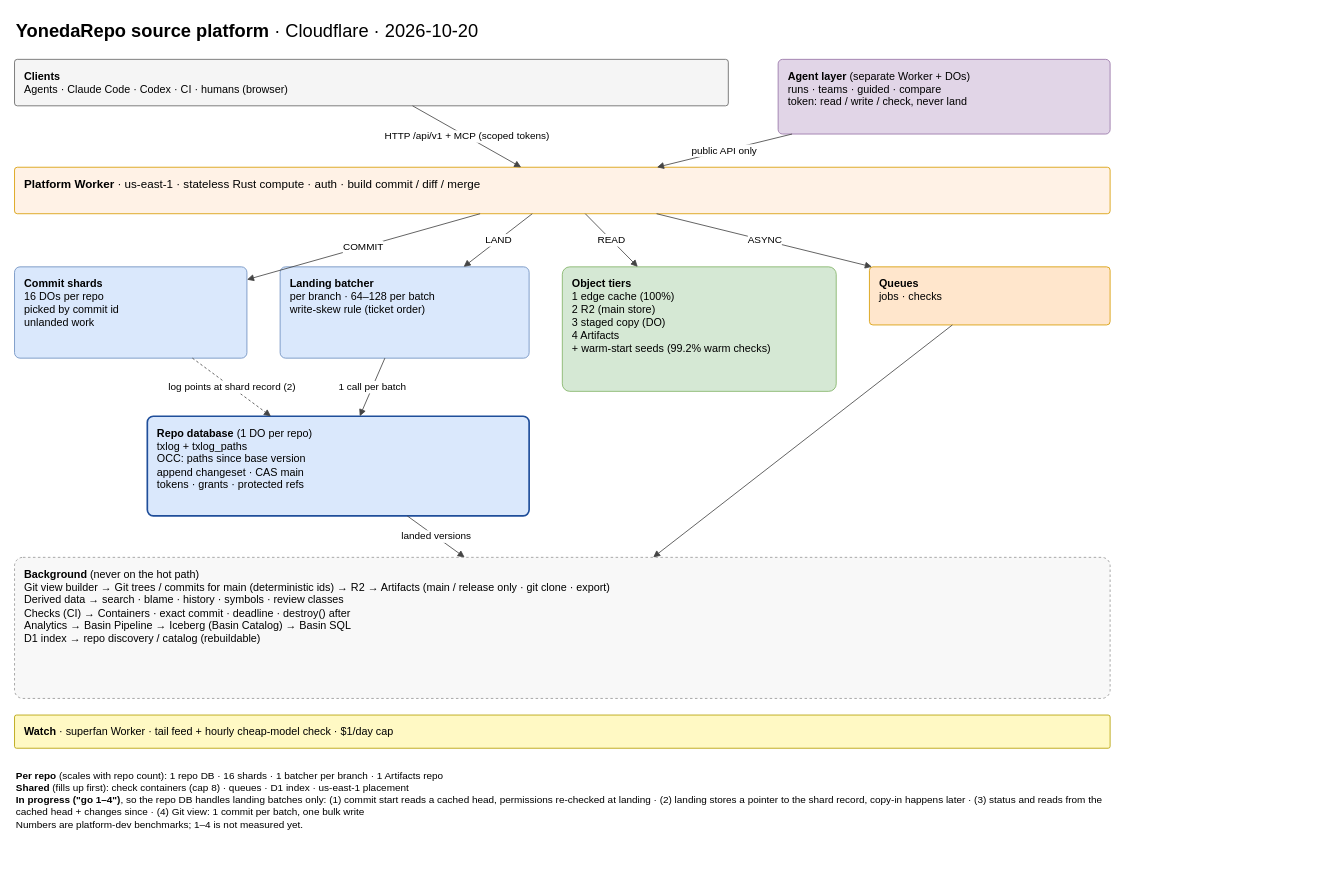
The draw.io diagram docs/platform-architecture.drawio in YonedaAI/yonedarepo, before the edit. Source tidied: cells renumbered, new cells numbered last; positions are measured from the earlier drawing's top-left corner, leaving out a move shared by most shapes. Both pictures are drawn from the tidied source at 83%, with x=0, y=0 at pixel (14, 14).
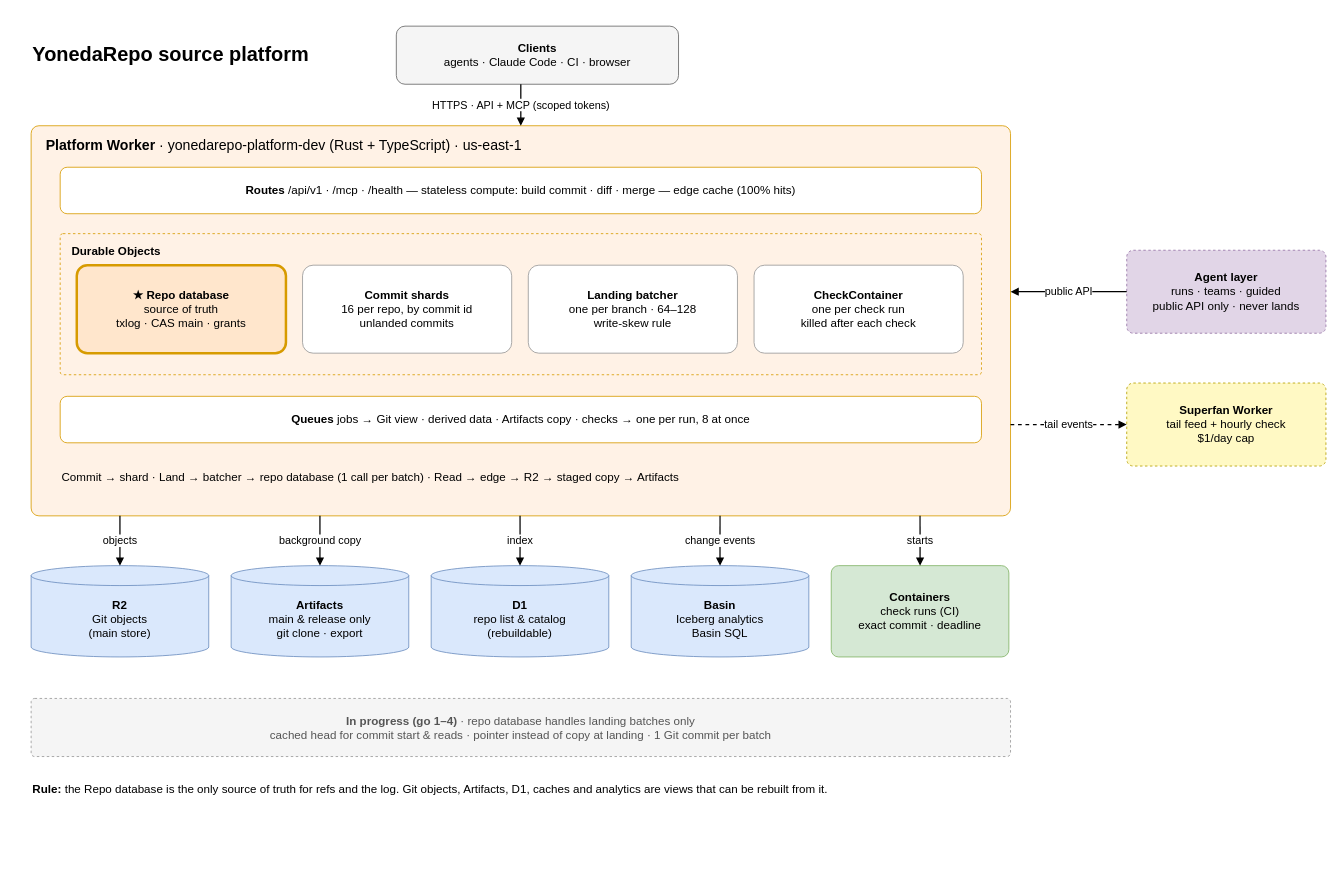
After the change.

Commit message:
Restyle platform architecture diagram to match the Cloudflare architecture diagram

Diff of the diagram source:
```diff
@@
-    <mxCell id="2" value="&lt;b&gt;YonedaRepo source platform&lt;/b&gt; · Cloudflare · 2026-10-20" style="text;html=1;fontSize=22;align=left;verticalAlign=middle;" parent="1" vertex="1">
-      <mxGeometry width="900" height="40" as="geometry" />
+    <mxCell id="2" value="YonedaRepo source platform" style="text;html=1;fontSize=24;align=left;verticalAlign=middle;fontStyle=1;" parent="1" vertex="1">
+      <mxGeometry x="20" y="24" width="560" height="50" as="geometry" />
     </mxCell>
-    <mxCell id="3" value="&lt;b&gt;Clients&lt;/b&gt;&lt;br&gt;Agents · Claude Code · Codex · CI · humans (browser)" style="rounded=1;whiteSpace=wrap;html=1;fontSize=13;arcSize=6;align=left;verticalAlign=top;spacingLeft=10;spacingTop=6;fillColor=#f5f5f5;strokeColor=#666666;" parent="1" vertex="1">
-      <mxGeometry y="54" width="860" height="56" as="geometry" />
+    <mxCell id="3" value="&lt;b&gt;Clients&lt;/b&gt;&lt;br&gt;agents · Claude Code · CI · browser" style="rounded=1;whiteSpace=wrap;html=1;fontSize=14;align=center;verticalAlign=middle;fillColor=#f5f5f5;strokeColor=#666666;" parent="1" vertex="1">
+      <mxGeometry x="460" y="14" width="340" height="70" as="geometry" />
     </mxCell>
-    <mxCell id="4" value="&lt;b&gt;Agent layer&lt;/b&gt; (separate Worker + DOs)&lt;br&gt;runs · teams · guided · compare&lt;br&gt;token: read / write / check, never land" style="rounded=1;whiteSpace=wrap;html=1;fontSize=13;arcSize=6;align=left;verticalAlign=top;spacingLeft=10;spacingTop=6;fillColor=#e1d5e7;strokeColor=#9673a6;" parent="1" vertex="1">
-      <mxGeometry x="920" y="54" width="400" height="90" as="geometry" />
-    </mxCell>
-    <mxCell id="5" value="&lt;b&gt;Platform Worker&lt;/b&gt; · us-east-1 · stateless Rust compute · auth · build commit / diff / merge" style="rounded=1;whiteSpace=wrap;html=1;fontSize=13;arcSize=6;align=left;verticalAlign=top;spacingLeft=10;spacingTop=6;fillColor=#fff2e6;strokeColor=#d79b00;fontSize=14;" parent="1" vertex="1">
-      <mxGeometry y="184" width="1320" height="56" as="geometry" />
+    <mxCell id="5" value="&lt;b&gt;Platform Worker&lt;/b&gt; · yonedarepo-platform-dev (Rust + TypeScript) · us-east-1" style="rounded=1;whiteSpace=wrap;html=1;fillColor=#fff2e6;strokeColor=#d79b00;verticalAlign=top;align=left;spacingLeft=16;spacingTop=8;fontSize=17;arcSize=2;" parent="1" vertex="1">
+      <mxGeometry x="20" y="134" width="1180" height="470" as="geometry" />
     </mxCell>
+    <mxCell id="24" value="&lt;b&gt;Routes&lt;/b&gt; /api/v1 · /mcp · /health — stateless compute: build commit · diff · merge — edge cache (100% hits)" style="rounded=1;whiteSpace=wrap;html=1;fontSize=14;align=center;verticalAlign=middle;fillColor=#ffffff;strokeColor=#d79b00;" parent="1" vertex="1">
+      <mxGeometry x="55" y="184" width="1110" height="56" as="geometry" />
+    </mxCell>
+    <mxCell id="25" value="Durable Objects" style="rounded=1;whiteSpace=wrap;html=1;fillColor=none;strokeColor=#d79b00;dashed=1;verticalAlign=top;align=left;spacingLeft=12;spacingTop=6;fontSize=14;fontStyle=1;arcSize=2;" parent="1" vertex="1">
+      <mxGeometry x="55" y="264" width="1110" height="170" as="geometry" />
+    </mxCell>
+    <mxCell id="10" value="&lt;b&gt;★ Repo database&lt;/b&gt;&lt;br&gt;source of truth&lt;br&gt;txlog · CAS main · grants" style="rounded=1;whiteSpace=wrap;html=1;fontSize=14;align=center;verticalAlign=middle;fillColor=#ffe6cc;strokeColor=#d79b00;strokeWidth=3;arcSize=12;" parent="1" vertex="1">
+      <mxGeometry x="75" y="302" width="252" height="106" as="geometry" />
+    </mxCell>
-    <mxCell id="6" value="&lt;b&gt;Commit shards&lt;/b&gt;&lt;br&gt;16 DOs per repo&lt;br&gt;picked by commit id&lt;br&gt;unlanded work" style="rounded=1;whiteSpace=wrap;html=1;fontSize=13;arcSize=6;align=left;verticalAlign=top;spacingLeft=10;spacingTop=6;fillColor=#dae8fc;strokeColor=#6c8ebf;" parent="1" vertex="1">
-      <mxGeometry y="304" width="280" height="110" as="geometry" />
+    <mxCell id="6" value="&lt;b&gt;Commit shards&lt;/b&gt;&lt;br&gt;16 per repo, by commit id&lt;br&gt;unlanded commits" style="rounded=1;whiteSpace=wrap;html=1;fontSize=14;align=center;verticalAlign=middle;fillColor=#ffffff;strokeColor=#999999;arcSize=12;" parent="1" vertex="1">
+      <mxGeometry x="347" y="302" width="252" height="106" as="geometry" />
     </mxCell>
-    <mxCell id="7" value="&lt;b&gt;Landing batcher&lt;/b&gt;&lt;br&gt;per branch · 64–128 per batch&lt;br&gt;write-skew rule (ticket order)" style="rounded=1;whiteSpace=wrap;html=1;fontSize=13;arcSize=6;align=left;verticalAlign=top;spacingLeft=10;spacingTop=6;fillColor=#dae8fc;strokeColor=#6c8ebf;" parent="1" vertex="1">
-      <mxGeometry x="320" y="304" width="300" height="110" as="geometry" />
+    <mxCell id="7" value="&lt;b&gt;Landing batcher&lt;/b&gt;&lt;br&gt;one per branch · 64–128&lt;br&gt;write-skew rule" style="rounded=1;whiteSpace=wrap;html=1;fontSize=14;align=center;verticalAlign=middle;fillColor=#ffffff;strokeColor=#999999;arcSize=12;" parent="1" vertex="1">
+      <mxGeometry x="619" y="302" width="252" height="106" as="geometry" />
     </mxCell>
-    <mxCell id="8" value="&lt;b&gt;Object tiers&lt;/b&gt;&lt;br&gt;1 edge cache (100%)&lt;br&gt;2 R2 (main store)&lt;br&gt;3 staged copy (DO)&lt;br&gt;4 Artifacts&lt;br&gt;+ warm-start seeds (99.2% warm checks)" style="rounded=1;whiteSpace=wrap;html=1;fontSize=13;arcSize=6;align=left;verticalAlign=top;spacingLeft=10;spacingTop=6;fillColor=#d5e8d4;strokeColor=#82b366;" parent="1" vertex="1">
-      <mxGeometry x="660" y="304" width="330" height="150" as="geometry" />
-    </mxCell>
+    <mxCell id="26" value="&lt;b&gt;CheckContainer&lt;/b&gt;&lt;br&gt;one per check run&lt;br&gt;killed after each check" style="rounded=1;whiteSpace=wrap;html=1;fontSize=14;align=center;verticalAlign=middle;fillColor=#ffffff;strokeColor=#999999;arcSize=12;" parent="1" vertex="1">
+      <mxGeometry x="891" y="302" width="252" height="106" as="geometry" />
+    </mxCell>
-    <mxCell id="9" value="&lt;b&gt;Queues&lt;/b&gt;&lt;br&gt;jobs · checks" style="rounded=1;whiteSpace=wrap;html=1;fontSize=13;arcSize=6;align=left;verticalAlign=top;spacingLeft=10;spacingTop=6;fillColor=#ffe6cc;strokeColor=#d79b00;" parent="1" vertex="1">
-      <mxGeometry x="1030" y="304" width="290" height="70" as="geometry" />
+    <mxCell id="9" value="&lt;b&gt;Queues&lt;/b&gt;  jobs → Git view · derived data · Artifacts copy  ·  checks → one per run, 8 at once" style="rounded=1;whiteSpace=wrap;html=1;fontSize=14;align=center;verticalAlign=middle;fillColor=#ffffff;strokeColor=#d79b00;" parent="1" vertex="1">
+      <mxGeometry x="55" y="460" width="1110" height="56" as="geometry" />
     </mxCell>
-    <mxCell id="10" value="&lt;b&gt;Repo database&lt;/b&gt; (1 DO per repo)&lt;br&gt;txlog + txlog_paths&lt;br&gt;OCC: paths since base version&lt;br&gt;append changeset · CAS main&lt;br&gt;tokens · grants · protected refs" style="rounded=1;whiteSpace=wrap;html=1;fontSize=13;arcSize=6;align=left;verticalAlign=top;spacingLeft=10;spacingTop=6;fillColor=#dae8fc;strokeColor=#1f4e9a;strokeWidth=2;" parent="1" vertex="1">
-      <mxGeometry x="160" y="484" width="460" height="120" as="geometry" />
-    </mxCell>
-    <mxCell id="11" value="&lt;b&gt;Background&lt;/b&gt; (never on the hot path)&lt;br&gt;Git view builder → Git trees / commits for main (deterministic ids) → R2 → Artifacts (main / release only · git clone · export)&lt;br&gt;Derived data → search · blame · history · symbols · review classes&lt;br&gt;Checks (CI) → Containers · exact commit · deadline · destroy() after&lt;br&gt;Analytics → Basin Pipeline → Iceberg (Basin Catalog) → Basin SQL&lt;br&gt;D1 index → repo discovery / catalog (rebuildable)" style="rounded=1;whiteSpace=wrap;html=1;fontSize=13;arcSize=6;align=left;verticalAlign=top;spacingLeft=10;spacingTop=6;fillColor=#f8f8f8;strokeColor=#999999;dashed=1;" parent="1" vertex="1">
-      <mxGeometry y="654" width="1320" height="170" as="geometry" />
-    </mxCell>
-    <mxCell id="12" value="&lt;b&gt;Watch&lt;/b&gt; · superfan Worker · tail feed + hourly cheap-model check · $1/day cap" style="rounded=1;whiteSpace=wrap;html=1;fontSize=13;arcSize=6;align=left;verticalAlign=top;spacingLeft=10;spacingTop=6;fillColor=#fff9c4;strokeColor=#b59f00;" parent="1" vertex="1">
-      <mxGeometry y="844" width="1320" height="40" as="geometry" />
-    </mxCell>
-    <mxCell id="13" value="&lt;b&gt;Per repo&lt;/b&gt; (scales with repo count): 1 repo DB · 16 shards · 1 batcher per branch · 1 Artifacts repo&lt;br&gt;&lt;b&gt;Shared&lt;/b&gt; (fills up first): check containers (cap 8) · queues · D1 index · us-east-1 placement&lt;br&gt;&lt;b&gt;In progress (&quot;go 1–4&quot;)&lt;/b&gt;, so the repo DB handles landing batches only: (1) commit start reads a cached head, permissions re-checked at landing · (2) landing stores a pointer to the shard record, copy-in happens later · (3) status and reads from the cached head + changes since · (4) Git view: 1 commit per batch, one bulk write&lt;br&gt;Numbers are platform-dev benchmarks; 1–4 is not measured yet." style="text;html=1;fontSize=12;align=left;verticalAlign=top;whiteSpace=wrap;" parent="1" vertex="1">
-      <mxGeometry y="904" width="1320" height="130" as="geometry" />
-    </mxCell>
+    <mxCell id="27" value="Commit → shard  ·  Land → batcher → repo database (1 call per batch)  ·  Read → edge → R2 → staged copy → Artifacts" style="text;html=1;fontSize=14;align=left;verticalAlign=middle;whiteSpace=wrap;" parent="1" vertex="1">
+      <mxGeometry x="55" y="532" width="1110" height="50" as="geometry" />
+    </mxCell>
+    <mxCell id="28" value="&lt;b&gt;R2&lt;/b&gt;&lt;br&gt;Git objects&lt;br&gt;(main store)" style="shape=cylinder3;whiteSpace=wrap;html=1;boundedLbl=1;size=12;fillColor=#dae8fc;strokeColor=#6c8ebf;fontSize=14;" parent="1" vertex="1">
+      <mxGeometry x="20" y="664" width="214" height="110" as="geometry" />
+    </mxCell>
+    <mxCell id="29" value="&lt;b&gt;Artifacts&lt;/b&gt;&lt;br&gt;main &amp;amp; release only&lt;br&gt;git clone · export" style="shape=cylinder3;whiteSpace=wrap;html=1;boundedLbl=1;size=12;fillColor=#dae8fc;strokeColor=#6c8ebf;fontSize=14;" parent="1" vertex="1">
+      <mxGeometry x="261" y="664" width="214" height="110" as="geometry" />
+    </mxCell>
+    <mxCell id="30" value="&lt;b&gt;D1&lt;/b&gt;&lt;br&gt;repo list &amp;amp; catalog&lt;br&gt;(rebuildable)" style="shape=cylinder3;whiteSpace=wrap;html=1;boundedLbl=1;size=12;fillColor=#dae8fc;strokeColor=#6c8ebf;fontSize=14;" parent="1" vertex="1">
+      <mxGeometry x="502" y="664" width="214" height="110" as="geometry" />
+    </mxCell>
+    <mxCell id="31" value="&lt;b&gt;Basin&lt;/b&gt;&lt;br&gt;Iceberg analytics&lt;br&gt;Basin SQL" style="shape=cylinder3;whiteSpace=wrap;html=1;boundedLbl=1;size=12;fillColor=#dae8fc;strokeColor=#6c8ebf;fontSize=14;" parent="1" vertex="1">
+      <mxGeometry x="743" y="664" width="214" height="110" as="geometry" />
+    </mxCell>
+    <mxCell id="32" value="&lt;b&gt;Containers&lt;/b&gt;&lt;br&gt;check runs (CI)&lt;br&gt;exact commit · deadline" style="rounded=1;whiteSpace=wrap;html=1;fontSize=14;align=center;verticalAlign=middle;fillColor=#d5e8d4;strokeColor=#82b366;arcSize=8;" parent="1" vertex="1">
+      <mxGeometry x="984" y="664" width="214" height="110" as="geometry" />
+    </mxCell>
-    <mxCell id="14" value="HTTP /api/v1 + MCP (scoped tokens)" style="endArrow=block;html=1;rounded=0;fontSize=12;strokeColor=#444444;labelBackgroundColor=#ffffff;" parent="1" edge="1" source="3" target="5">
+    <mxCell id="14" value="HTTPS · API + MCP (scoped tokens)" style="edgeStyle=orthogonalEdgeStyle;rounded=0;html=1;endArrow=block;endFill=1;strokeWidth=1.5;fontSize=13;labelBackgroundColor=#ffffff;exitX=0.4412;exitY=1;exitDx=0;exitDy=0;entryX=0.5;entryY=0;entryDx=0;entryDy=0;" parent="1" edge="1" source="3" target="5">
       <mxGeometry relative="1" as="geometry" />
     </mxCell>
+    <mxCell id="33" value="objects" style="edgeStyle=orthogonalEdgeStyle;rounded=0;html=1;endArrow=block;endFill=1;strokeWidth=1.5;fontSize=13;labelBackgroundColor=#ffffff;exitX=0.0907;exitY=1;exitDx=0;exitDy=0;entryX=0.5;entryY=0;entryDx=0;entryDy=0;" parent="1" edge="1" source="5" target="28">
+      <mxGeometry relative="1" as="geometry" />
+    </mxCell>
+    <mxCell id="34" value="background copy" style="edgeStyle=orthogonalEdgeStyle;rounded=0;html=1;endArrow=block;endFill=1;strokeWidth=1.5;fontSize=13;labelBackgroundColor=#ffffff;exitX=0.2949;exitY=1;exitDx=0;exitDy=0;entryX=0.5;entryY=0;entryDx=0;entryDy=0;" parent="1" edge="1" source="5" target="29">
+      <mxGeometry relative="1" as="geometry" />
+    </mxCell>
+    <mxCell id="35" value="index" style="edgeStyle=orthogonalEdgeStyle;rounded=0;html=1;endArrow=block;endFill=1;strokeWidth=1.5;fontSize=13;labelBackgroundColor=#ffffff;exitX=0.4992;exitY=1;exitDx=0;exitDy=0;entryX=0.5;entryY=0;entryDx=0;entryDy=0;" parent="1" edge="1" source="5" target="30">
+      <mxGeometry relative="1" as="geometry" />
+    </mxCell>
+    <mxCell id="36" value="change events" style="edgeStyle=orthogonalEdgeStyle;rounded=0;html=1;endArrow=block;endFill=1;strokeWidth=1.5;fontSize=13;labelBackgroundColor=#ffffff;exitX=0.7034;exitY=1;exitDx=0;exitDy=0;entryX=0.5;entryY=0;entryDx=0;entryDy=0;" parent="1" edge="1" source="5" target="31">
+      <mxGeometry relative="1" as="geometry" />
+    </mxCell>
+    <mxCell id="37" value="starts" style="edgeStyle=orthogonalEdgeStyle;rounded=0;html=1;endArrow=block;endFill=1;strokeWidth=1.5;fontSize=13;labelBackgroundColor=#ffffff;exitX=0.9076;exitY=1;exitDx=0;exitDy=0;entryX=0.5;entryY=0;entryDx=0;entryDy=0;" parent="1" edge="1" source="5" target="32">
+      <mxGeometry relative="1" as="geometry" />
+    </mxCell>
+    <mxCell id="4" value="&lt;b&gt;Agent layer&lt;/b&gt;&lt;br&gt;runs · teams · guided&lt;br&gt;public API only · never lands" style="rounded=1;whiteSpace=wrap;html=1;fontSize=14;align=center;verticalAlign=middle;fillColor=#e1d5e7;strokeColor=#9673a6;dashed=1;arcSize=8;" parent="1" vertex="1">
+      <mxGeometry x="1340" y="284" width="240" height="100" as="geometry" />
+    </mxCell>
+    <mxCell id="38" value="&lt;b&gt;Superfan Worker&lt;/b&gt;&lt;br&gt;tail feed + hourly check&lt;br&gt;$1/day cap" style="rounded=1;whiteSpace=wrap;html=1;fontSize=14;align=center;verticalAlign=middle;fillColor=#fff9c4;strokeColor=#b59f00;dashed=1;arcSize=8;" parent="1" vertex="1">
+      <mxGeometry x="1340" y="444" width="240" height="100" as="geometry" />
+    </mxCell>
-    <mxCell id="15" value="public API only" style="endArrow=block;html=1;rounded=0;fontSize=12;strokeColor=#444444;labelBackgroundColor=#ffffff;" parent="1" edge="1" source="4" target="5">
+    <mxCell id="15" value="public API" style="edgeStyle=orthogonalEdgeStyle;rounded=0;html=1;endArrow=block;endFill=1;strokeWidth=1.5;fontSize=13;labelBackgroundColor=#ffffff;exitX=0;exitY=0.5;exitDx=0;exitDy=0;entryX=1;entryY=0.4255;entryDx=0;entryDy=0;" parent="1" edge="1" source="4" target="5">
       <mxGeometry relative="1" as="geometry" />
     </mxCell>
-    <mxCell id="16" value="COMMIT" style="endArrow=block;html=1;rounded=0;fontSize=12;strokeColor=#444444;labelBackgroundColor=#ffffff;" parent="1" edge="1" source="5" target="6">
-      <mxGeometry relative="1" as="geometry" />
-    </mxCell>
-    <mxCell id="17" value="LAND" style="endArrow=block;html=1;rounded=0;fontSize=12;strokeColor=#444444;labelBackgroundColor=#ffffff;" parent="1" edge="1" source="5" target="7">
-      <mxGeometry relative="1" as="geometry" />
-    </mxCell>
-    <mxCell id="18" value="READ" style="endArrow=block;html=1;rounded=0;fontSize=12;strokeColor=#444444;labelBackgroundColor=#ffffff;" parent="1" edge="1" source="5" target="8">
-      <mxGeometry relative="1" as="geometry" />
-    </mxCell>
-    <mxCell id="19" value="ASYNC" style="endArrow=block;html=1;rounded=0;fontSize=12;strokeColor=#444444;labelBackgroundColor=#ffffff;" parent="1" edge="1" source="5" target="9">
-      <mxGeometry relative="1" as="geometry" />
-    </mxCell>
-    <mxCell id="20" value="log points at shard record (2)" style="endArrow=block;html=1;rounded=0;fontSize=12;strokeColor=#444444;labelBackgroundColor=#ffffff;dashed=1;" parent="1" edge="1" source="6" target="10">
-      <mxGeometry relative="1" as="geometry" />
-    </mxCell>
-    <mxCell id="21" value="1 call per batch" style="endArrow=block;html=1;rounded=0;fontSize=12;strokeColor=#444444;labelBackgroundColor=#ffffff;" parent="1" edge="1" source="7" target="10">
-      <mxGeometry relative="1" as="geometry" />
-    </mxCell>
-    <mxCell id="22" value="landed versions" style="endArrow=block;html=1;rounded=0;fontSize=12;strokeColor=#444444;labelBackgroundColor=#ffffff;" parent="1" edge="1" source="10" target="11">
-      <mxGeometry relative="1" as="geometry" />
-    </mxCell>
-    <mxCell id="23" style="endArrow=block;html=1;rounded=0;fontSize=12;strokeColor=#444444;labelBackgroundColor=#ffffff;" parent="1" edge="1" source="9" target="11">
-      <mxGeometry relative="1" as="geometry" />
-    </mxCell>
+    <mxCell id="39" value="tail events" style="edgeStyle=orthogonalEdgeStyle;rounded=0;html=1;endArrow=block;endFill=1;strokeWidth=1.5;fontSize=13;labelBackgroundColor=#ffffff;exitX=1;exitY=0.766;exitDx=0;exitDy=0;entryX=0;entryY=0.5;entryDx=0;entryDy=0;dashed=1;" parent="1" edge="1" source="5" target="38">
+      <mxGeometry relative="1" as="geometry" />
+    </mxCell>
+    <mxCell id="40" value="&lt;b&gt;In progress (go 1–4)&lt;/b&gt; · repo database handles landing batches only&lt;br&gt;cached head for commit start &amp;amp; reads · pointer instead of copy at landing · 1 Git commit per batch" style="rounded=1;whiteSpace=wrap;html=1;fontSize=14;align=center;verticalAlign=middle;fillColor=#f5f5f5;strokeColor=#999999;dashed=1;fontColor=#555555;arcSize=6;" parent="1" vertex="1">
+      <mxGeometry x="20" y="824" width="1180" height="70" as="geometry" />
+    </mxCell>
+    <mxCell id="41" value="&lt;b&gt;Rule:&lt;/b&gt; the Repo database is the only source of truth for refs and the log. Git objects, Artifacts, D1, caches and analytics are views that can be rebuilt from it." style="text;html=1;fontSize=14;align=left;verticalAlign=middle;whiteSpace=wrap;" parent="1" vertex="1">
+      <mxGeometry x="20" y="914" width="1480" height="40" as="geometry" />
+    </mxCell>
```
